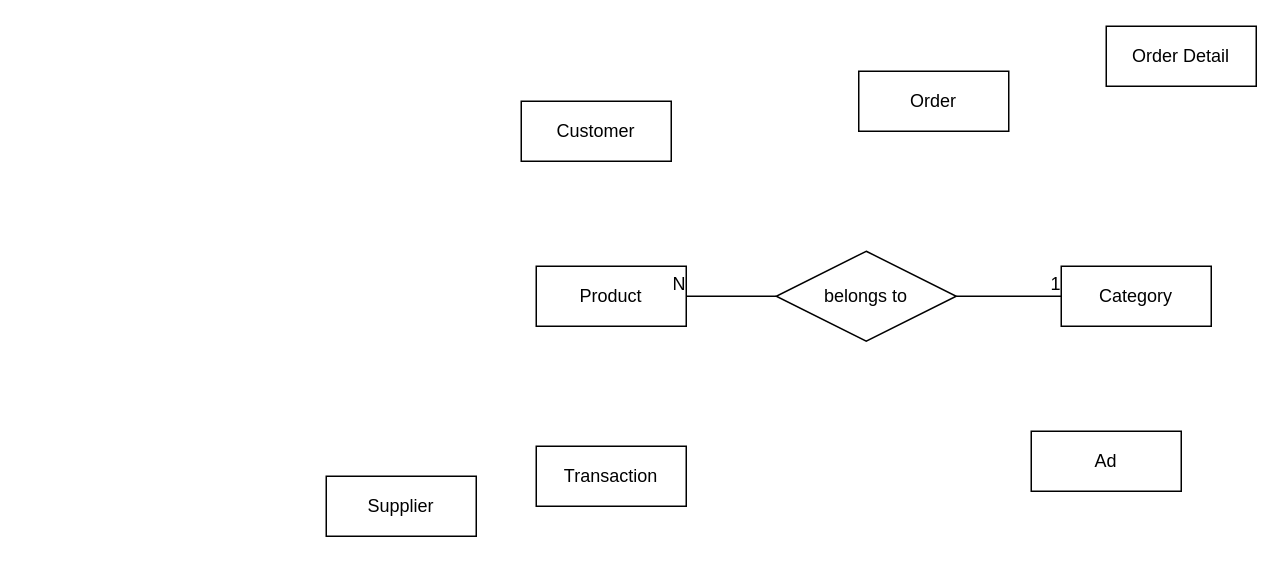
Before: E_R_Diagram/Template_ER.drawio in diego-karsa/Data-Management-Group-15, a draw.io diagram. Source tidied: cells renumbered, new cells numbered last; positions are measured from the earlier drawing's top-left corner, leaving out a move shared by most shapes. Both pictures are drawn from the tidied source at 150%, with x=0, y=0 at pixel (326, 26).
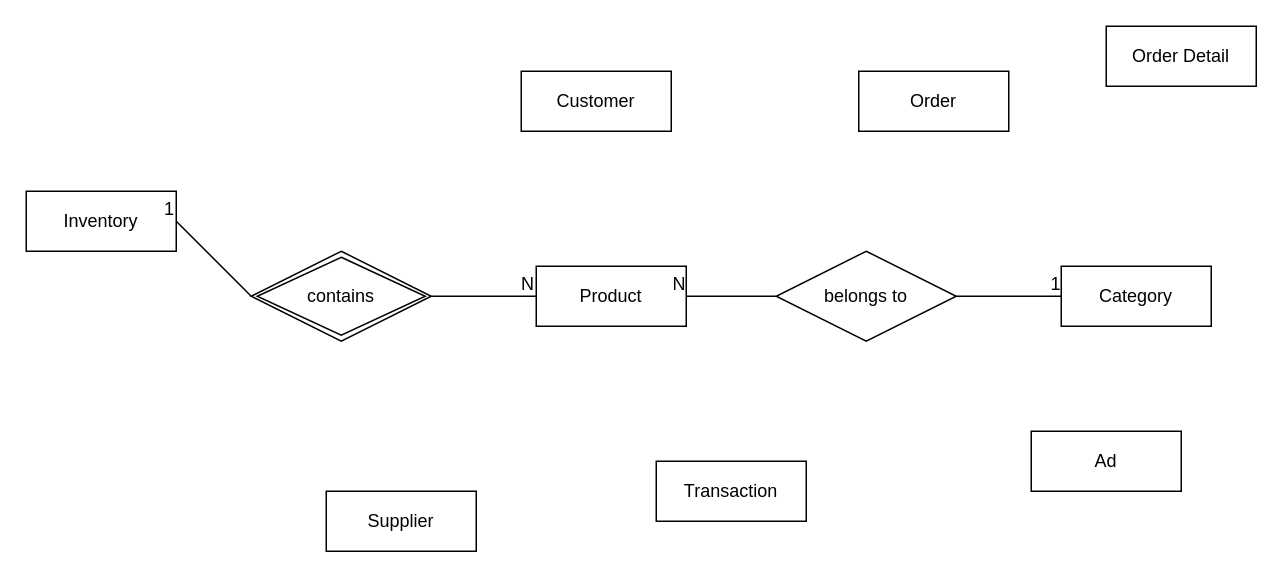
Above is the later version.

The change refers to these unchanged cells:
```xml
<mxCell id="3" value="Product" style="whiteSpace=wrap;html=1;align=center;" parent="1" vertex="1">
  <mxGeometry x="140" y="160" width="100" height="40" as="geometry" />
</mxCell>
```

Change to the diagram source:
```diff
@@
     <mxCell id="2" value="Customer" style="whiteSpace=wrap;html=1;align=center;" parent="1" vertex="1">
-      <mxGeometry x="130" y="50" width="100" height="40" as="geometry" />
+      <mxGeometry x="130" y="30" width="100" height="40" as="geometry" />
     </mxCell>
@@
     <mxCell id="6" value="Transaction" style="whiteSpace=wrap;html=1;align=center;" parent="1" vertex="1">
-      <mxGeometry x="140" y="280" width="100" height="40" as="geometry" />
+      <mxGeometry x="220" y="290" width="100" height="40" as="geometry" />
     </mxCell>
     <mxCell id="7" value="Supplier" style="whiteSpace=wrap;html=1;align=center;" parent="1" vertex="1">
-      <mxGeometry y="300" width="100" height="40" as="geometry" />
+      <mxGeometry y="310" width="100" height="40" as="geometry" />
     </mxCell>
@@
+    <mxCell id="15" value="Inventory" style="whiteSpace=wrap;html=1;align=center;" parent="1" vertex="1">
+      <mxGeometry x="-200" y="110" width="100" height="40" as="geometry" />
+    </mxCell>
+    <mxCell id="16" value="contains" style="shape=rhombus;double=1;perimeter=rhombusPerimeter;whiteSpace=wrap;html=1;align=center;" parent="1" vertex="1">
+      <mxGeometry x="-50" y="150" width="120" height="60" as="geometry" />
+    </mxCell>
+    <mxCell id="17" style="endArrow=none;html=1;rounded=0;exitX=1;exitY=0.5;exitDx=0;exitDy=0;entryX=0;entryY=0.5;entryDx=0;entryDy=0;" parent="1" edge="1" source="16" target="3">
+      <mxGeometry relative="1" as="geometry" />
+    </mxCell>
+    <mxCell id="18" value="N" style="html=1;whiteSpace=wrap;align=right;verticalAlign=bottom;" parent="17" vertex="1">
+      <mxGeometry x="1" relative="1" as="geometry" />
+    </mxCell>
+    <mxCell id="19" style="endArrow=none;html=1;rounded=0;entryX=1;entryY=0.5;entryDx=0;entryDy=0;exitX=0;exitY=0.5;exitDx=0;exitDy=0;" parent="1" edge="1" source="16" target="15">
+      <mxGeometry relative="1" as="geometry" />
+    </mxCell>
+    <mxCell id="20" value="1" style="html=1;whiteSpace=wrap;align=right;verticalAlign=bottom;" parent="19" vertex="1">
+      <mxGeometry x="1" relative="1" as="geometry" />
+    </mxCell>
```
